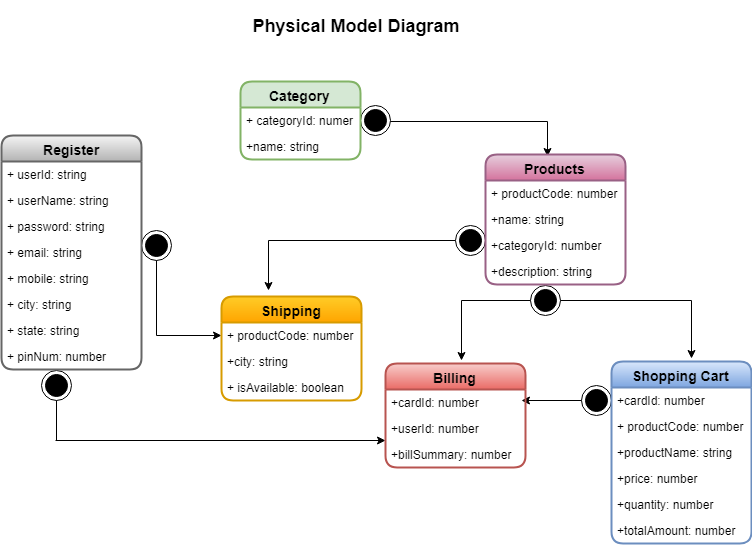
The draw.io diagram I-shop Project/PhysicalModel.png in VijayProjects/UIProjects, before a commit. Source tidied: cells renumbered, new cells last; positions are measured from the earlier drawing's top-left corner, leaving out a move shared by most shapes.
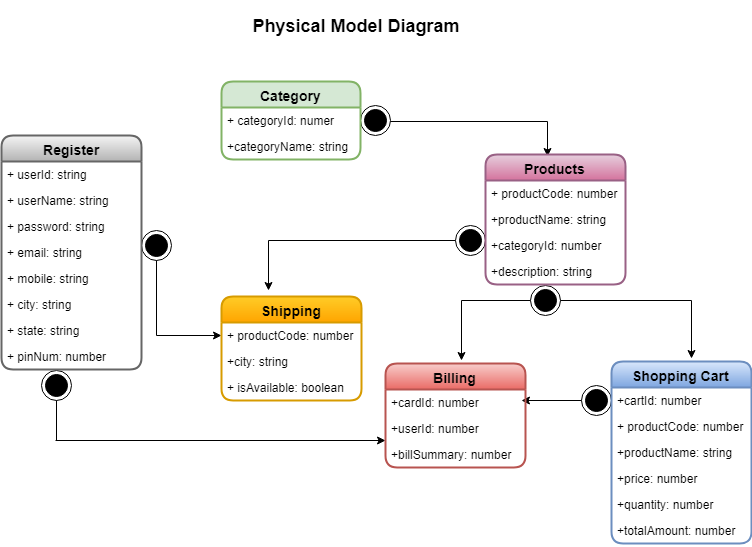
After the commit.

What changed in the source:
```diff
@@ -81,13 +81,13 @@
       </mxGeometry>
     </mxCell>
     <mxCell id="20" value="&lt;b&gt;&lt;font style=&quot;font-size: 14px&quot;&gt;Category&lt;/font&gt;&lt;/b&gt;" style="swimlane;fontStyle=0;horizontal=1;startSize=26;fillColor=#d5e8d4;rounded=1;shadow=0;glass=0;comic=0;strokeColor=#82b366;strokeWidth=2;align=center;html=1;gradientColor=none;" parent="1" vertex="1">
-      <mxGeometry x="239" y="81" width="120" height="78" as="geometry" />
+      <mxGeometry x="220" y="81" width="139" height="78" as="geometry" />
     </mxCell>
     <mxCell id="21" value="+ categoryId: numer" style="text;strokeColor=none;fillColor=none;align=left;verticalAlign=top;spacingLeft=4;spacingRight=4;overflow=hidden;" parent="20" vertex="1">
-      <mxGeometry y="26" width="120" height="26" as="geometry" />
+      <mxGeometry y="26" width="139" height="26" as="geometry" />
     </mxCell>
-    <mxCell id="22" value="+name: string " style="text;strokeColor=none;fillColor=none;align=left;verticalAlign=top;spacingLeft=4;spacingRight=4;overflow=hidden;" parent="20" vertex="1">
-      <mxGeometry y="52" width="120" height="26" as="geometry" />
+    <mxCell id="22" value="+categoryName: string " style="text;strokeColor=none;fillColor=none;align=left;verticalAlign=top;spacingLeft=4;spacingRight=4;overflow=hidden;" parent="20" vertex="1">
+      <mxGeometry y="52" width="139" height="26" as="geometry" />
     </mxCell>
     <mxCell id="23" value="&lt;h3&gt;&lt;b&gt;Register&lt;/b&gt;&lt;/h3&gt;" style="swimlane;fontStyle=0;horizontal=1;startSize=26;fillColor=#f5f5f5;rounded=1;shadow=0;glass=0;comic=0;strokeColor=#666666;strokeWidth=2;align=center;html=1;gradientColor=#b3b3b3;" parent="1" vertex="1">
       <mxGeometry y="135" width="140" height="234" as="geometry" />
@@ -146,7 +146,7 @@
     <mxCell id="41" value="+ productCode: number" style="text;strokeColor=none;fillColor=none;align=left;verticalAlign=top;spacingLeft=4;spacingRight=4;overflow=hidden;" parent="40" vertex="1">
       <mxGeometry y="26" width="140" height="26" as="geometry" />
     </mxCell>
-    <mxCell id="42" value="+name: string" style="text;strokeColor=none;fillColor=none;align=left;verticalAlign=top;spacingLeft=4;spacingRight=4;overflow=hidden;" parent="40" vertex="1">
+    <mxCell id="42" value="+productName: string" style="text;strokeColor=none;fillColor=none;align=left;verticalAlign=top;spacingLeft=4;spacingRight=4;overflow=hidden;" parent="40" vertex="1">
       <mxGeometry y="52" width="140" height="26" as="geometry" />
     </mxCell>
     <mxCell id="43" value="+categoryId: number" style="text;strokeColor=none;fillColor=none;align=left;verticalAlign=top;spacingLeft=4;spacingRight=4;overflow=hidden;" parent="40" vertex="1">
@@ -158,7 +158,7 @@
     <mxCell id="45" value="&lt;h3&gt;Shopping Cart&lt;/h3&gt;" style="swimlane;fontStyle=0;horizontal=1;startSize=26;fillColor=#dae8fc;rounded=1;shadow=0;glass=0;comic=0;strokeColor=#6c8ebf;strokeWidth=2;align=center;html=1;gradientColor=#7ea6e0;" parent="1" vertex="1">
       <mxGeometry x="610" y="361" width="140" height="182" as="geometry" />
     </mxCell>
-    <mxCell id="46" value="+cardId: number" style="text;strokeColor=none;fillColor=none;align=left;verticalAlign=top;spacingLeft=4;spacingRight=4;overflow=hidden;" parent="45" vertex="1">
+    <mxCell id="46" value="+cartId: number" style="text;strokeColor=none;fillColor=none;align=left;verticalAlign=top;spacingLeft=4;spacingRight=4;overflow=hidden;" parent="45" vertex="1">
       <mxGeometry y="26" width="140" height="26" as="geometry" />
     </mxCell>
     <mxCell id="47" value="+ productCode: number" style="text;strokeColor=none;fillColor=none;align=left;verticalAlign=top;spacingLeft=4;spacingRight=4;overflow=hidden;" parent="45" vertex="1">
```
